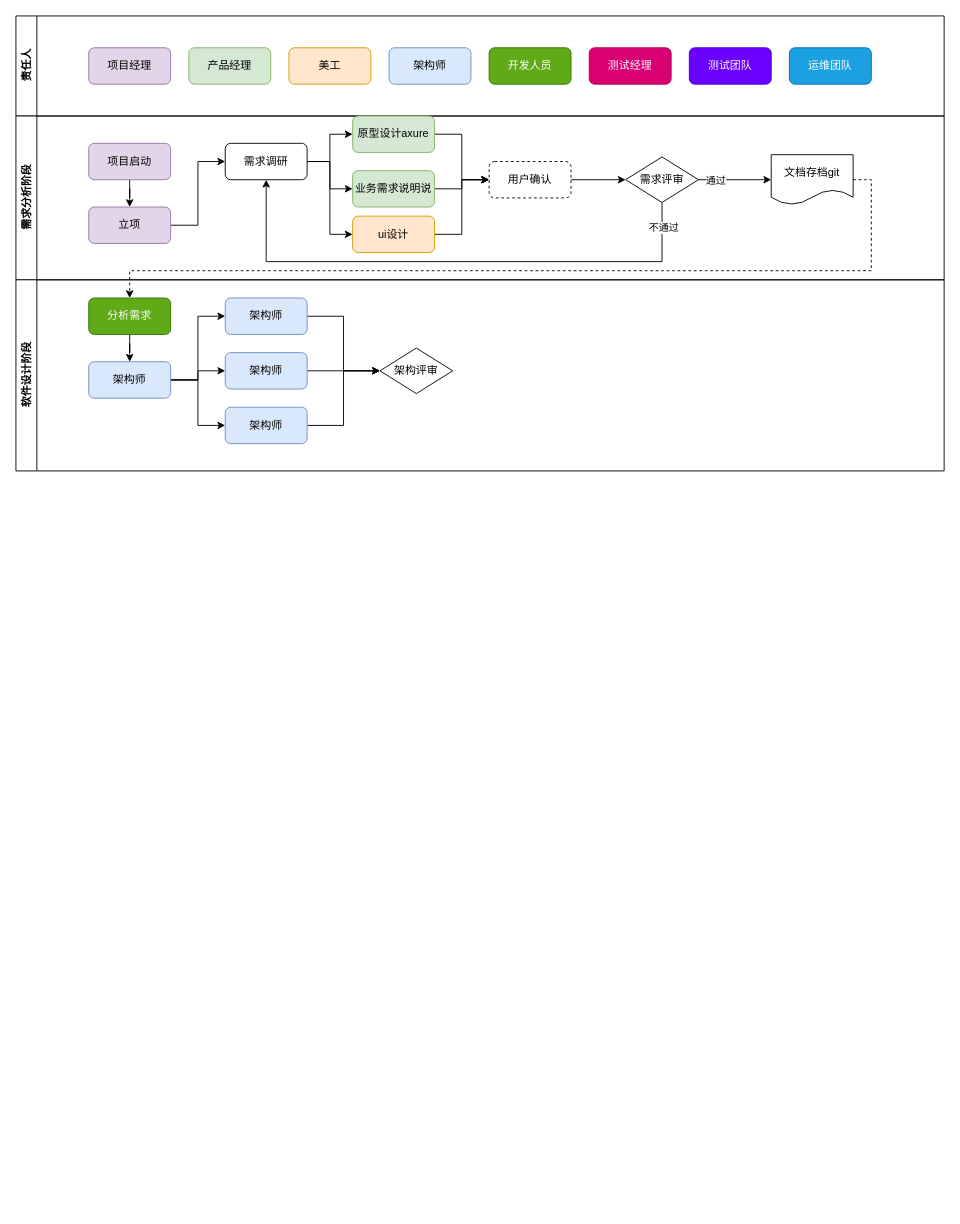
redtomatoL/design keeps this draw.io diagram as 项目管理.drawio. Above is the earlier version. Source tidied: cells renumbered, new cells numbered last; positions are measured from the earlier drawing's top-left corner, leaving out a move shared by most shapes. Both pictures are drawn from the tidied source at 91%, with x=0, y=0 at pixel (15, 15).
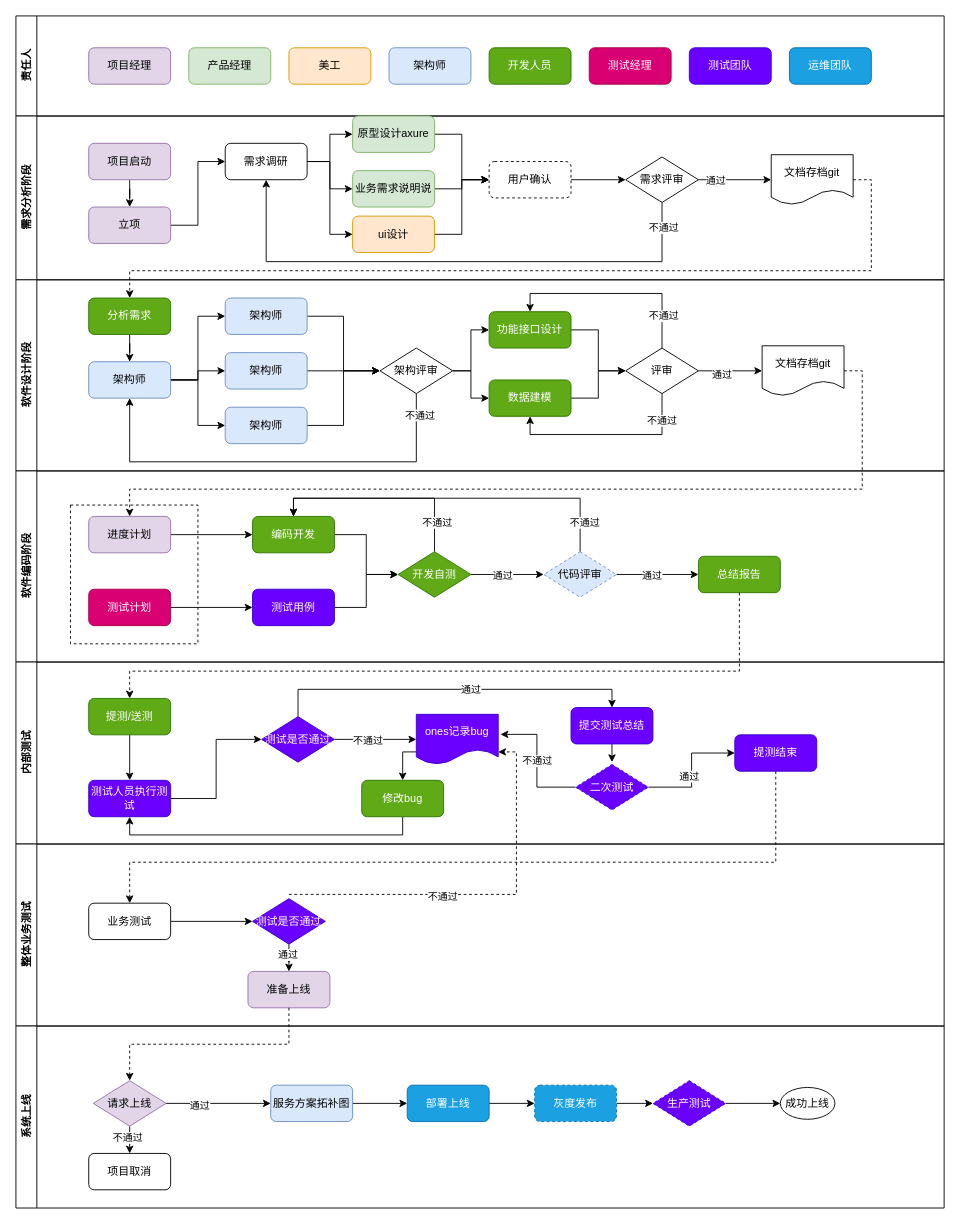
The same diagram, later.

Commit message (it also covers changes not shown here):
更新项目管理.drawio

Unchanged cells that the change refers to:
```xml
<mxCell id="34" value="软件设计阶段" style="swimlane;horizontal=0;whiteSpace=wrap;html=1;" parent="1" vertex="1">
  <mxGeometry y="290" width="1020" height="210" as="geometry" />
</mxCell>
<mxCell id="40" value="架构师" style="rounded=1;whiteSpace=wrap;html=1;fillColor=#dae8fc;strokeColor=#6c8ebf;" parent="34" vertex="1">
  <mxGeometry x="80" y="90" width="90" height="40" as="geometry" />
</mxCell>
<mxCell id="47" value="架构评审" style="rhombus;whiteSpace=wrap;html=1;" parent="34" vertex="1">
  <mxGeometry x="400" y="75" width="80" height="50" as="geometry" />
</mxCell>
```

What changed in the source:
```diff
@@
+    <mxCell id="49" style="edgeStyle=orthogonalEdgeStyle;rounded=0;jettySize=auto;html=1;exitX=0.5;exitY=1;exitDx=0;exitDy=0;entryX=0.5;entryY=1;entryDx=0;entryDy=0;" parent="34" edge="1" source="47" target="40">
+      <mxGeometry relative="1" as="geometry">
+        <Array as="points">
+          <mxPoint x="440" y="200" />
+          <mxPoint x="125" y="200" />
+        </Array>
+      </mxGeometry>
+    </mxCell>
+    <mxCell id="50" value="不通过" style="edgeLabel;html=1;align=center;verticalAlign=middle;" parent="49" vertex="1">
+      <mxGeometry x="-0.9" y="3" relative="1" as="geometry" />
+    </mxCell>
+    <mxCell id="51" style="edgeStyle=orthogonalEdgeStyle;rounded=0;jettySize=auto;html=1;exitX=1;exitY=0.5;exitDx=0;exitDy=0;entryX=0;entryY=0.5;entryDx=0;entryDy=0;" parent="34" edge="1" source="47" target="54">
+      <mxGeometry relative="1" as="geometry" />
+    </mxCell>
+    <mxCell id="52" style="edgeStyle=orthogonalEdgeStyle;rounded=0;jettySize=auto;html=1;exitX=1;exitY=0.5;exitDx=0;exitDy=0;entryX=0;entryY=0.5;entryDx=0;entryDy=0;" parent="34" edge="1" source="47" target="56">
+      <mxGeometry relative="1" as="geometry" />
+    </mxCell>
@@
+    <mxCell id="53" style="edgeStyle=orthogonalEdgeStyle;rounded=0;jettySize=auto;html=1;exitX=1;exitY=0.5;exitDx=0;exitDy=0;" parent="34" edge="1" source="54" target="63">
+      <mxGeometry relative="1" as="geometry" />
+    </mxCell>
+    <mxCell id="54" value="功能接口设计" style="rounded=1;whiteSpace=wrap;html=1;fillColor=#60a917;fontColor=#ffffff;strokeColor=#2D7600;" parent="34" vertex="1">
+      <mxGeometry x="520" y="35" width="90" height="40" as="geometry" />
+    </mxCell>
+    <mxCell id="55" style="edgeStyle=orthogonalEdgeStyle;rounded=0;jettySize=auto;html=1;exitX=1;exitY=0.5;exitDx=0;exitDy=0;" parent="34" edge="1" source="56" target="63">
+      <mxGeometry relative="1" as="geometry" />
+    </mxCell>
+    <mxCell id="56" value="数据建模" style="rounded=1;whiteSpace=wrap;html=1;fillColor=#60a917;fontColor=#ffffff;strokeColor=#2D7600;" parent="34" vertex="1">
+      <mxGeometry x="520" y="110" width="90" height="40" as="geometry" />
+    </mxCell>
+    <mxCell id="57" style="edgeStyle=orthogonalEdgeStyle;rounded=0;jettySize=auto;html=1;exitX=0.5;exitY=0;exitDx=0;exitDy=0;entryX=0.5;entryY=0;entryDx=0;entryDy=0;" parent="34" edge="1" source="63" target="54">
+      <mxGeometry relative="1" as="geometry" />
+    </mxCell>
+    <mxCell id="58" value="不通过" style="edgeLabel;html=1;align=center;verticalAlign=middle;" parent="57" vertex="1">
+      <mxGeometry x="-0.68" y="-1" relative="1" as="geometry" />
+    </mxCell>
+    <mxCell id="59" style="edgeStyle=orthogonalEdgeStyle;rounded=0;jettySize=auto;html=1;exitX=0.5;exitY=1;exitDx=0;exitDy=0;entryX=0.5;entryY=1;entryDx=0;entryDy=0;" parent="34" edge="1" source="63" target="56">
+      <mxGeometry relative="1" as="geometry" />
+    </mxCell>
+    <mxCell id="60" value="不通过" style="edgeLabel;html=1;align=center;verticalAlign=middle;" parent="59" vertex="1">
+      <mxGeometry x="-0.72" y="-1" relative="1" as="geometry" />
+    </mxCell>
+    <mxCell id="61" style="edgeStyle=orthogonalEdgeStyle;rounded=0;jettySize=auto;html=1;exitX=1;exitY=0.5;exitDx=0;exitDy=0;entryX=0;entryY=0.5;entryDx=0;entryDy=0;" parent="34" edge="1" source="63" target="64">
+      <mxGeometry relative="1" as="geometry" />
+    </mxCell>
+    <mxCell id="62" value="通过" style="edgeLabel;html=1;align=center;verticalAlign=middle;" parent="61" vertex="1">
+      <mxGeometry x="-0.29" y="-3" relative="1" as="geometry" />
+    </mxCell>
+    <mxCell id="63" value="评审" style="rhombus;whiteSpace=wrap;html=1;" parent="34" vertex="1">
+      <mxGeometry x="670" y="75" width="80" height="50" as="geometry" />
+    </mxCell>
+    <mxCell id="64" value="文档存档git" style="shape=document;whiteSpace=wrap;html=1;boundedLbl=1;" parent="34" vertex="1">
+      <mxGeometry x="820" y="72.5" width="90" height="55" as="geometry" />
+    </mxCell>
@@
+    <mxCell id="65" value="软件编码阶段" style="swimlane;horizontal=0;whiteSpace=wrap;html=1;" parent="1" vertex="1">
+      <mxGeometry y="500" width="1020" height="210" as="geometry" />
+    </mxCell>
+    <mxCell id="66" style="edgeStyle=orthogonalEdgeStyle;rounded=0;orthogonalLoop=1;jettySize=auto;html=1;exitX=0.5;exitY=1;exitDx=0;exitDy=0;entryX=0.5;entryY=1;entryDx=0;entryDy=0;" parent="65" edge="1">
+      <mxGeometry relative="1" as="geometry">
+        <mxPoint x="125" y="130" as="targetPoint" />
+        <Array as="points">
+          <mxPoint x="440" y="200" />
+          <mxPoint x="125" y="200" />
+        </Array>
+      </mxGeometry>
+    </mxCell>
+    <mxCell id="67" style="edgeStyle=orthogonalEdgeStyle;rounded=0;orthogonalLoop=1;jettySize=auto;html=1;exitX=0.5;exitY=1;exitDx=0;exitDy=0;entryX=0.5;entryY=1;entryDx=0;entryDy=0;" parent="65" edge="1">
+      <mxGeometry relative="1" as="geometry">
+        <mxPoint x="565" y="150" as="targetPoint" />
+      </mxGeometry>
+    </mxCell>
+    <mxCell id="68" style="edgeStyle=orthogonalEdgeStyle;rounded=0;jettySize=auto;html=1;" parent="65" edge="1" source="69" target="75">
+      <mxGeometry relative="1" as="geometry" />
+    </mxCell>
+    <mxCell id="69" value="进度计划" style="rounded=1;whiteSpace=wrap;html=1;labelBackgroundColor=none;fillColor=#e1d5e7;strokeColor=#9673a6;" parent="65" vertex="1">
+      <mxGeometry x="80" y="50" width="90" height="40" as="geometry" />
+    </mxCell>
+    <mxCell id="70" style="edgeStyle=orthogonalEdgeStyle;rounded=0;jettySize=auto;html=1;" parent="65" edge="1" source="71" target="73">
+      <mxGeometry relative="1" as="geometry" />
+    </mxCell>
+    <mxCell id="71" value="测试计划" style="rounded=1;whiteSpace=wrap;html=1;fillColor=#d80073;strokeColor=#A50040;fontColor=#ffffff;" parent="65" vertex="1">
+      <mxGeometry x="80" y="130" width="90" height="40" as="geometry" />
+    </mxCell>
+    <mxCell id="72" style="edgeStyle=orthogonalEdgeStyle;rounded=0;jettySize=auto;html=1;exitX=1;exitY=0.5;exitDx=0;exitDy=0;entryX=0;entryY=0.5;entryDx=0;entryDy=0;" parent="65" edge="1" source="73" target="81">
+      <mxGeometry relative="1" as="geometry" />
+    </mxCell>
+    <mxCell id="73" value="测试用例" style="rounded=1;whiteSpace=wrap;html=1;fillColor=#6a00ff;fontColor=#ffffff;strokeColor=#3700CC;" parent="65" vertex="1">
+      <mxGeometry x="260" y="130" width="90" height="40" as="geometry" />
+    </mxCell>
+    <mxCell id="74" style="edgeStyle=orthogonalEdgeStyle;rounded=0;jettySize=auto;html=1;exitX=1;exitY=0.5;exitDx=0;exitDy=0;" parent="65" edge="1" source="75" target="81">
+      <mxGeometry relative="1" as="geometry" />
+    </mxCell>
+    <mxCell id="75" value="编码开发" style="rounded=1;whiteSpace=wrap;html=1;fillColor=#60a917;fontColor=#ffffff;strokeColor=#2D7600;" parent="65" vertex="1">
+      <mxGeometry x="260" y="50" width="90" height="40" as="geometry" />
+    </mxCell>
+    <mxCell id="76" style="swimlane;startSize=0;dashed=1;" parent="65" vertex="1">
+      <mxGeometry x="60" y="37.5" width="140" height="152.5" as="geometry" />
+    </mxCell>
+    <mxCell id="77" style="edgeStyle=orthogonalEdgeStyle;rounded=0;jettySize=auto;html=1;" parent="65" edge="1" source="81" target="86">
+      <mxGeometry relative="1" as="geometry" />
+    </mxCell>
+    <mxCell id="78" value="通过" style="edgeLabel;html=1;align=center;verticalAlign=middle;" parent="77" vertex="1">
+      <mxGeometry x="-0.15" y="-1" relative="1" as="geometry" />
+    </mxCell>
+    <mxCell id="79" style="edgeStyle=orthogonalEdgeStyle;rounded=0;jettySize=auto;html=1;exitX=0.5;exitY=0;exitDx=0;exitDy=0;entryX=0.5;entryY=0;entryDx=0;entryDy=0;" parent="65" edge="1" source="81" target="75">
+      <mxGeometry relative="1" as="geometry" />
+    </mxCell>
+    <mxCell id="80" value="不通过" style="edgeLabel;html=1;align=center;verticalAlign=middle;" parent="79" vertex="1">
+      <mxGeometry x="-0.73" y="-2" relative="1" as="geometry" />
+    </mxCell>
+    <mxCell id="81" value="开发自测" style="rhombus;whiteSpace=wrap;html=1;fillColor=#60a917;fontColor=#ffffff;strokeColor=#2D7600;" parent="65" vertex="1">
+      <mxGeometry x="420" y="88.8" width="80" height="50" as="geometry" />
+    </mxCell>
+    <mxCell id="82" style="edgeStyle=orthogonalEdgeStyle;rounded=0;jettySize=auto;html=1;exitX=0.5;exitY=0;exitDx=0;exitDy=0;entryX=0.5;entryY=0;entryDx=0;entryDy=0;" parent="65" edge="1" source="86" target="75">
+      <mxGeometry relative="1" as="geometry" />
+    </mxCell>
+    <mxCell id="83" value="不通过" style="edgeLabel;html=1;align=center;verticalAlign=middle;" parent="82" vertex="1">
+      <mxGeometry x="-0.84" y="-4" relative="1" as="geometry" />
+    </mxCell>
+    <mxCell id="84" style="edgeStyle=orthogonalEdgeStyle;rounded=0;jettySize=auto;html=1;" parent="65" edge="1" source="86" target="87">
+      <mxGeometry relative="1" as="geometry" />
+    </mxCell>
+    <mxCell id="85" value="通过" style="edgeLabel;html=1;align=center;verticalAlign=middle;" parent="84" vertex="1">
+      <mxGeometry x="-0.15" y="-1" relative="1" as="geometry" />
+    </mxCell>
+    <mxCell id="86" value="代码评审" style="rhombus;whiteSpace=wrap;html=1;dashed=1;fillColor=#dae8fc;strokeColor=#6c8ebf;" parent="65" vertex="1">
+      <mxGeometry x="580" y="88.8" width="80" height="50" as="geometry" />
+    </mxCell>
+    <mxCell id="87" value="总结报告" style="rounded=1;whiteSpace=wrap;html=1;fillColor=#60a917;fontColor=#ffffff;strokeColor=#2D7600;" parent="65" vertex="1">
+      <mxGeometry x="750" y="93.8" width="90" height="40" as="geometry" />
+    </mxCell>
+    <mxCell id="88" style="edgeStyle=orthogonalEdgeStyle;rounded=0;jettySize=auto;html=1;exitX=1;exitY=0.5;exitDx=0;exitDy=0;dashed=1;" parent="1" edge="1" source="64" target="69">
+      <mxGeometry relative="1" as="geometry">
+        <Array as="points">
+          <mxPoint x="930" y="390" />
+          <mxPoint x="930" y="520" />
+          <mxPoint x="125" y="520" />
+        </Array>
+      </mxGeometry>
+    </mxCell>
+    <mxCell id="89" value="内部测试" style="swimlane;horizontal=0;whiteSpace=wrap;html=1;" parent="1" vertex="1">
+      <mxGeometry y="710" width="1020" height="200" as="geometry" />
+    </mxCell>
+    <mxCell id="90" style="edgeStyle=orthogonalEdgeStyle;rounded=0;jettySize=auto;html=1;" parent="89" edge="1" source="91" target="93">
+      <mxGeometry relative="1" as="geometry" />
+    </mxCell>
+    <mxCell id="91" value="提测/送测" style="rounded=1;whiteSpace=wrap;html=1;fillColor=#60a917;fontColor=#ffffff;strokeColor=#2D7600;" parent="89" vertex="1">
+      <mxGeometry x="80" y="40" width="90" height="40" as="geometry" />
+    </mxCell>
+    <mxCell id="92" style="edgeStyle=orthogonalEdgeStyle;rounded=0;jettySize=auto;html=1;exitX=1;exitY=0.5;exitDx=0;exitDy=0;entryX=0;entryY=0.5;entryDx=0;entryDy=0;" parent="89" edge="1" source="93" target="98">
+      <mxGeometry relative="1" as="geometry" />
+    </mxCell>
+    <mxCell id="93" value="测试人员执行测试" style="rounded=1;whiteSpace=wrap;html=1;fillColor=#6a00ff;fontColor=#ffffff;strokeColor=#3700CC;" parent="89" vertex="1">
+      <mxGeometry x="80" y="130" width="90" height="40" as="geometry" />
+    </mxCell>
+    <mxCell id="94" style="edgeStyle=orthogonalEdgeStyle;rounded=0;jettySize=auto;html=1;" parent="89" edge="1" source="98" target="100">
+      <mxGeometry relative="1" as="geometry" />
+    </mxCell>
+    <mxCell id="95" value="不通过" style="edgeLabel;html=1;align=center;verticalAlign=middle;" parent="94" vertex="1">
+      <mxGeometry x="-0.19" y="-1" relative="1" as="geometry" />
+    </mxCell>
+    <mxCell id="96" style="edgeStyle=orthogonalEdgeStyle;rounded=0;jettySize=auto;html=1;exitX=0.5;exitY=0;exitDx=0;exitDy=0;entryX=0.5;entryY=0;entryDx=0;entryDy=0;" parent="89" edge="1" source="98" target="104">
+      <mxGeometry relative="1" as="geometry" />
+    </mxCell>
+    <mxCell id="97" value="通过" style="edgeLabel;html=1;align=center;verticalAlign=middle;" parent="96" vertex="1">
+      <mxGeometry x="0.11" relative="1" as="geometry" />
+    </mxCell>
+    <mxCell id="98" value="测试是否通过" style="rhombus;whiteSpace=wrap;html=1;fillColor=#6a00ff;fontColor=#ffffff;strokeColor=#3700CC;" parent="89" vertex="1">
+      <mxGeometry x="270" y="60" width="80" height="50" as="geometry" />
+    </mxCell>
+    <mxCell id="99" style="edgeStyle=orthogonalEdgeStyle;rounded=0;jettySize=auto;html=1;exitX=0;exitY=0.75;exitDx=0;exitDy=0;entryX=0.5;entryY=0;entryDx=0;entryDy=0;entryPerimeter=0;" parent="89" edge="1" source="100" target="102">
+      <mxGeometry relative="1" as="geometry" />
+    </mxCell>
+    <mxCell id="100" value="ones记录bug" style="shape=document;whiteSpace=wrap;html=1;boundedLbl=1;fillColor=#6a00ff;fontColor=#ffffff;strokeColor=#3700CC;" parent="89" vertex="1">
+      <mxGeometry x="440" y="57.5" width="90" height="55" as="geometry" />
+    </mxCell>
+    <mxCell id="101" style="edgeStyle=orthogonalEdgeStyle;rounded=0;jettySize=auto;html=1;exitX=0.5;exitY=1;exitDx=0;exitDy=0;entryX=0.5;entryY=1;entryDx=0;entryDy=0;" parent="89" edge="1" source="102" target="93">
+      <mxGeometry relative="1" as="geometry" />
+    </mxCell>
+    <mxCell id="102" value="修改bug" style="rounded=1;whiteSpace=wrap;html=1;fillColor=#60a917;fontColor=#ffffff;strokeColor=#2D7600;" parent="89" vertex="1">
+      <mxGeometry x="380" y="130" width="90" height="40" as="geometry" />
+    </mxCell>
+    <mxCell id="103" style="edgeStyle=orthogonalEdgeStyle;rounded=0;jettySize=auto;html=1;exitX=0.5;exitY=1;exitDx=0;exitDy=0;" parent="89" edge="1" source="104">
+      <mxGeometry relative="1" as="geometry">
+        <mxPoint x="655" y="110" as="targetPoint" />
+      </mxGeometry>
+    </mxCell>
+    <mxCell id="104" value="提交测试总结" style="rounded=1;whiteSpace=wrap;html=1;fillColor=#6a00ff;fontColor=#ffffff;strokeColor=#3700CC;" parent="89" vertex="1">
+      <mxGeometry x="610" y="50" width="90" height="40" as="geometry" />
+    </mxCell>
+    <mxCell id="105" style="edgeStyle=orthogonalEdgeStyle;rounded=0;jettySize=auto;html=1;exitX=0;exitY=0.5;exitDx=0;exitDy=0;entryX=1.028;entryY=0.4;entryDx=0;entryDy=0;entryPerimeter=0;" parent="89" edge="1" source="109" target="100">
+      <mxGeometry relative="1" as="geometry" />
+    </mxCell>
+    <mxCell id="106" value="不通过" style="edgeLabel;html=1;align=center;verticalAlign=middle;" parent="105" vertex="1">
+      <mxGeometry x="0.03" relative="1" as="geometry" />
+    </mxCell>
+    <mxCell id="107" style="edgeStyle=orthogonalEdgeStyle;rounded=0;jettySize=auto;html=1;exitX=1;exitY=0.5;exitDx=0;exitDy=0;" parent="89" edge="1" source="109" target="110">
+      <mxGeometry relative="1" as="geometry" />
+    </mxCell>
+    <mxCell id="108" value="通过" style="edgeLabel;html=1;align=center;verticalAlign=middle;" parent="107" vertex="1">
+      <mxGeometry x="-0.1" y="3" relative="1" as="geometry" />
+    </mxCell>
+    <mxCell id="109" value="二次测试" style="rhombus;whiteSpace=wrap;html=1;fillColor=#6a00ff;fontColor=#ffffff;strokeColor=#3700CC;dashed=1;" parent="89" vertex="1">
+      <mxGeometry x="615" y="112.5" width="80" height="50" as="geometry" />
+    </mxCell>
+    <mxCell id="110" value="提测结束" style="rounded=1;whiteSpace=wrap;html=1;fillColor=#6a00ff;fontColor=#ffffff;strokeColor=#3700CC;" parent="89" vertex="1">
+      <mxGeometry x="790" y="80" width="90" height="40" as="geometry" />
+    </mxCell>
+    <mxCell id="111" value="整体业务测试" style="swimlane;horizontal=0;whiteSpace=wrap;html=1;" parent="1" vertex="1">
+      <mxGeometry y="910" width="1020" height="200" as="geometry" />
+    </mxCell>
+    <mxCell id="112" style="edgeStyle=orthogonalEdgeStyle;rounded=0;jettySize=auto;html=1;exitX=1;exitY=0.5;exitDx=0;exitDy=0;entryX=0;entryY=0.5;entryDx=0;entryDy=0;" parent="111" edge="1" source="113" target="116">
+      <mxGeometry relative="1" as="geometry" />
+    </mxCell>
+    <mxCell id="113" value="业务测试" style="rounded=1;whiteSpace=wrap;html=1;" parent="111" vertex="1">
+      <mxGeometry x="80" y="65" width="90" height="40" as="geometry" />
+    </mxCell>
+    <mxCell id="114" style="edgeStyle=orthogonalEdgeStyle;rounded=0;jettySize=auto;html=1;" parent="111" edge="1" source="116" target="117">
+      <mxGeometry relative="1" as="geometry" />
+    </mxCell>
+    <mxCell id="115" value="通过" style="edgeLabel;html=1;align=center;verticalAlign=middle;" parent="114" vertex="1">
+      <mxGeometry x="0.25" y="-2" relative="1" as="geometry" />
+    </mxCell>
+    <mxCell id="116" value="测试是否通过" style="rhombus;whiteSpace=wrap;html=1;fillColor=#6a00ff;fontColor=#ffffff;strokeColor=#3700CC;" parent="111" vertex="1">
+      <mxGeometry x="260" y="60" width="80" height="50" as="geometry" />
+    </mxCell>
+    <mxCell id="117" value="准备上线" style="rounded=1;whiteSpace=wrap;html=1;labelBackgroundColor=none;fillColor=#e1d5e7;strokeColor=#9673a6;" parent="111" vertex="1">
+      <mxGeometry x="255" y="140" width="90" height="40" as="geometry" />
+    </mxCell>
+    <mxCell id="118" style="edgeStyle=orthogonalEdgeStyle;rounded=0;jettySize=auto;html=1;exitX=0.5;exitY=1;exitDx=0;exitDy=0;dashed=1;" parent="1" edge="1" source="87" target="91">
+      <mxGeometry relative="1" as="geometry">
+        <Array as="points">
+          <mxPoint x="795" y="720" />
+          <mxPoint x="125" y="720" />
+        </Array>
+      </mxGeometry>
+    </mxCell>
+    <mxCell id="119" style="edgeStyle=orthogonalEdgeStyle;rounded=0;jettySize=auto;html=1;exitX=0.5;exitY=1;exitDx=0;exitDy=0;dashed=1;" parent="1" edge="1" source="110" target="113">
+      <mxGeometry relative="1" as="geometry">
+        <Array as="points">
+          <mxPoint x="835" y="930" />
+          <mxPoint x="125" y="930" />
+        </Array>
+      </mxGeometry>
+    </mxCell>
+    <mxCell id="120" style="edgeStyle=orthogonalEdgeStyle;rounded=0;jettySize=auto;html=1;exitX=0.5;exitY=-0.093;exitDx=0;exitDy=0;entryX=1;entryY=0.75;entryDx=0;entryDy=0;exitPerimeter=0;dashed=1;" parent="1" edge="1" source="116" target="100">
+      <mxGeometry relative="1" as="geometry" />
+    </mxCell>
+    <mxCell id="121" value="不通过" style="edgeLabel;html=1;align=center;verticalAlign=middle;" parent="120" vertex="1">
+      <mxGeometry x="-0.21" y="-2" relative="1" as="geometry" />
+    </mxCell>
+    <mxCell id="122" value="系统上线" style="swimlane;horizontal=0;whiteSpace=wrap;html=1;" parent="1" vertex="1">
+      <mxGeometry y="1110" width="1020" height="200" as="geometry" />
+    </mxCell>
+    <mxCell id="123" style="edgeStyle=orthogonalEdgeStyle;rounded=0;jettySize=auto;html=1;" parent="122" edge="1" source="127" target="128">
+      <mxGeometry relative="1" as="geometry" />
+    </mxCell>
+    <mxCell id="124" value="不通过" style="edgeLabel;html=1;align=center;verticalAlign=middle;" parent="123" vertex="1">
+      <mxGeometry x="0.28" y="-3" relative="1" as="geometry" />
+    </mxCell>
+    <mxCell id="125" style="edgeStyle=orthogonalEdgeStyle;rounded=0;jettySize=auto;html=1;exitX=1;exitY=0.5;exitDx=0;exitDy=0;" parent="122" edge="1" source="127" target="130">
+      <mxGeometry relative="1" as="geometry" />
+    </mxCell>
+    <mxCell id="126" value="通过" style="edgeLabel;html=1;align=center;verticalAlign=middle;" parent="125" vertex="1">
+      <mxGeometry x="-0.38" y="-2" relative="1" as="geometry" />
+    </mxCell>
+    <mxCell id="127" value="请求上线" style="rhombus;whiteSpace=wrap;html=1;fillColor=#e1d5e7;strokeColor=#9673a6;" parent="122" vertex="1">
+      <mxGeometry x="85" y="60" width="80" height="50" as="geometry" />
+    </mxCell>
+    <mxCell id="128" value="项目取消" style="rounded=1;whiteSpace=wrap;html=1;" parent="122" vertex="1">
+      <mxGeometry x="80" y="140" width="90" height="40" as="geometry" />
+    </mxCell>
+    <mxCell id="129" style="edgeStyle=orthogonalEdgeStyle;rounded=0;jettySize=auto;html=1;" parent="122" edge="1" source="130" target="132">
+      <mxGeometry relative="1" as="geometry" />
+    </mxCell>
+    <mxCell id="130" value="服务方案拓补图" style="rounded=1;whiteSpace=wrap;html=1;fillColor=#dae8fc;strokeColor=#6c8ebf;" parent="122" vertex="1">
+      <mxGeometry x="280" y="65" width="90" height="40" as="geometry" />
+    </mxCell>
+    <mxCell id="131" style="edgeStyle=orthogonalEdgeStyle;rounded=0;jettySize=auto;html=1;" parent="122" edge="1" source="132" target="134">
+      <mxGeometry relative="1" as="geometry" />
+    </mxCell>
+    <mxCell id="132" value="部署上线" style="rounded=1;whiteSpace=wrap;html=1;fillColor=#1ba1e2;fontColor=#ffffff;strokeColor=#006EAF;" parent="122" vertex="1">
+      <mxGeometry x="430" y="65" width="90" height="40" as="geometry" />
+    </mxCell>
+    <mxCell id="133" style="edgeStyle=orthogonalEdgeStyle;rounded=0;jettySize=auto;html=1;" parent="122" edge="1" source="134" target="136">
+      <mxGeometry relative="1" as="geometry" />
+    </mxCell>
+    <mxCell id="134" value="灰度发布" style="rounded=1;whiteSpace=wrap;html=1;fillColor=#1ba1e2;fontColor=#ffffff;strokeColor=#006EAF;dashed=1;" parent="122" vertex="1">
+      <mxGeometry x="570" y="65" width="90" height="40" as="geometry" />
+    </mxCell>
+    <mxCell id="135" style="edgeStyle=orthogonalEdgeStyle;rounded=0;jettySize=auto;html=1;" parent="122" edge="1" source="136" target="137">
+      <mxGeometry relative="1" as="geometry" />
+    </mxCell>
+    <mxCell id="136" value="生产测试" style="rhombus;whiteSpace=wrap;html=1;fillColor=#6a00ff;fontColor=#ffffff;strokeColor=#3700CC;dashed=1;" parent="122" vertex="1">
+      <mxGeometry x="700" y="60" width="80" height="50" as="geometry" />
+    </mxCell>
+    <mxCell id="137" value="成功上线" style="ellipse;whiteSpace=wrap;html=1;" parent="122" vertex="1">
+      <mxGeometry x="840" y="67.5" width="60" height="35" as="geometry" />
+    </mxCell>
+    <mxCell id="138" style="edgeStyle=orthogonalEdgeStyle;rounded=0;jettySize=auto;html=1;exitX=0.5;exitY=1;exitDx=0;exitDy=0;dashed=1;" parent="1" edge="1" source="117" target="127">
+      <mxGeometry relative="1" as="geometry" />
+    </mxCell>
```
